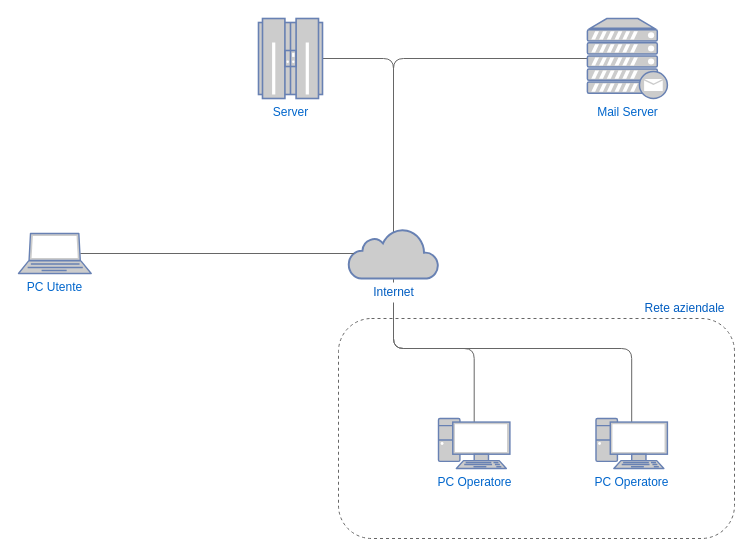
Earlier version of the draw.io diagram page "Architecture" (2 of 2) of docs/use-cases.drawio (shxdow/aep). Source tidied: cells renumbered, new cells numbered last; positions are measured from the earlier drawing's top-left corner, leaving out a move shared by most shapes. Both pictures are drawn from the tidied source at 100%, with x=0, y=0 at pixel (18, 18).
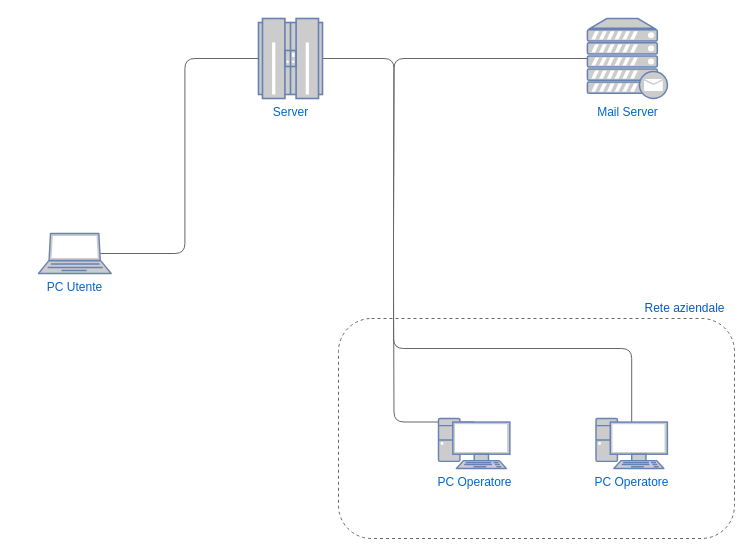
Above is the later version.

The edit, as a diff of the source:
```diff
@@
 <mxGraphModel>
   <root>
     <mxCell id="0" />
     <mxCell id="1" parent="0" />
     <mxCell id="2" style="group;" parent="1" vertex="1">
       <mxGeometry x="320" y="280" width="396" height="240" as="geometry" />
     </mxCell>
     <mxCell id="3" style="rounded=1;whiteSpace=wrap;html=1;strokeColor=#666666;fillColor=none;fontColor=#333333;dashed=1;" parent="2" vertex="1">
       <mxGeometry y="20" width="396" height="220" as="geometry" />
     </mxCell>
     <mxCell id="4" value="Rete aziendale" style="text;html=1;align=center;verticalAlign=middle;fontColor=#005DC1;" parent="2" vertex="1">
       <mxGeometry x="296" width="100" height="20" as="geometry" />
     </mxCell>
-    <mxCell id="5" style="edgeStyle=orthogonalEdgeStyle;rounded=1;jettySize=auto;html=1;exitX=0;exitY=0.5;exitDx=0;exitDy=0;exitPerimeter=0;entryX=0.5;entryY=0.08;entryDx=0;entryDy=0;entryPerimeter=0;endArrow=none;endFill=0;fillColor=#f5f5f5;strokeColor=#666666;" parent="1" edge="1" source="6" target="14">
-      <mxGeometry relative="1" as="geometry" />
+    <mxCell id="5" style="edgeStyle=orthogonalEdgeStyle;rounded=1;jettySize=auto;html=1;exitX=0;exitY=0.5;exitDx=0;exitDy=0;exitPerimeter=0;entryX=0.5;entryY=0.08;entryDx=0;entryDy=0;entryPerimeter=0;endArrow=none;endFill=0;fillColor=#f5f5f5;strokeColor=#666666;" parent="1" edge="1" source="6">
+      <mxGeometry relative="1" as="geometry">
+        <mxPoint x="375" y="214" as="targetPoint" />
+      </mxGeometry>
     </mxCell>
     <mxCell id="6" value="Mail Server" style="fontColor=#0066CC;verticalAlign=top;verticalLabelPosition=bottom;labelPosition=center;align=center;html=1;outlineConnect=0;fillColor=#CCCCCC;strokeColor=#6881B3;gradientColor=none;gradientDirection=north;strokeWidth=2;shape=mxgraph.networks.mail_server;rounded=1;" parent="1" vertex="1">
       <mxGeometry x="568.9" width="80" height="80" as="geometry" />
     </mxCell>
-    <mxCell id="7" style="edgeStyle=orthogonalEdgeStyle;jettySize=auto;html=1;exitX=1;exitY=0.5;exitDx=0;exitDy=0;exitPerimeter=0;entryX=0.5;entryY=0.08;entryDx=0;entryDy=0;entryPerimeter=0;endArrow=none;endFill=0;fillColor=#f5f5f5;strokeColor=#666666;rounded=1;" parent="1" edge="1" source="8" target="14">
-      <mxGeometry relative="1" as="geometry" />
+    <mxCell id="7" style="edgeStyle=orthogonalEdgeStyle;jettySize=auto;html=1;exitX=1;exitY=0.5;exitDx=0;exitDy=0;exitPerimeter=0;entryX=0.5;entryY=0.08;entryDx=0;entryDy=0;entryPerimeter=0;endArrow=none;endFill=0;fillColor=#f5f5f5;strokeColor=#666666;rounded=1;" parent="1" edge="1" source="8">
+      <mxGeometry relative="1" as="geometry">
+        <mxPoint x="375" y="214" as="targetPoint" />
+      </mxGeometry>
     </mxCell>
     <mxCell id="8" value="Server" style="fontColor=#0066CC;verticalAlign=top;verticalLabelPosition=bottom;labelPosition=center;align=center;html=1;outlineConnect=0;fillColor=#CCCCCC;strokeColor=#6881B3;gradientColor=none;gradientDirection=north;strokeWidth=2;shape=mxgraph.networks.mainframe;rounded=1;" parent="1" vertex="1">
       <mxGeometry x="240" width="64" height="80" as="geometry" />
     </mxCell>
-    <mxCell id="9" style="edgeStyle=orthogonalEdgeStyle;rounded=1;jettySize=auto;html=1;exitX=0.5;exitY=0.07;exitDx=0;exitDy=0;exitPerimeter=0;entryX=0.5;entryY=1;entryDx=0;entryDy=0;entryPerimeter=0;endArrow=none;endFill=0;fontColor=#005DC1;fillColor=#f5f5f5;strokeColor=#666666;" parent="1" edge="1" source="10" target="14">
-      <mxGeometry relative="1" as="geometry" />
+    <mxCell id="9" style="edgeStyle=orthogonalEdgeStyle;rounded=1;jettySize=auto;html=1;exitX=0.5;exitY=0.07;exitDx=0;exitDy=0;exitPerimeter=0;entryX=0.5;entryY=1;entryDx=0;entryDy=0;entryPerimeter=0;endArrow=none;endFill=0;fontColor=#005DC1;fillColor=#f5f5f5;strokeColor=#666666;" parent="1" edge="1" source="10">
+      <mxGeometry relative="1" as="geometry">
+        <mxPoint x="375" y="260" as="targetPoint" />
+      </mxGeometry>
     </mxCell>
     <mxCell id="10" value="PC Operatore" style="fontColor=#0066CC;verticalAlign=top;verticalLabelPosition=bottom;labelPosition=center;align=center;html=1;outlineConnect=0;fillColor=#CCCCCC;strokeColor=#6881B3;gradientColor=none;gradientDirection=north;strokeWidth=2;shape=mxgraph.networks.pc;rounded=1;" parent="1" vertex="1">
       <mxGeometry x="420" y="400" width="71.4" height="50" as="geometry" />
     </mxCell>
-    <mxCell id="11" style="edgeStyle=orthogonalEdgeStyle;rounded=1;jettySize=auto;html=1;exitX=0.5;exitY=0.07;exitDx=0;exitDy=0;exitPerimeter=0;entryX=0.5;entryY=1;entryDx=0;entryDy=0;entryPerimeter=0;endArrow=none;endFill=0;fontColor=#005DC1;fillColor=#f5f5f5;strokeColor=#666666;" parent="1" edge="1" source="12" target="14">
+    <mxCell id="11" style="edgeStyle=orthogonalEdgeStyle;rounded=1;jettySize=auto;html=1;exitX=0.5;exitY=0.07;exitDx=0;exitDy=0;exitPerimeter=0;endArrow=none;endFill=0;fontColor=#005DC1;fillColor=#f5f5f5;strokeColor=#666666;" parent="1" edge="1" source="12">
       <mxGeometry relative="1" as="geometry">
+        <mxPoint x="375" y="210" as="targetPoint" />
         <Array as="points">
           <mxPoint x="613" y="330" />
           <mxPoint x="375" y="330" />
         </Array>
       </mxGeometry>
     </mxCell>
     <mxCell id="12" value="PC Operatore" style="fontColor=#0066CC;verticalAlign=top;verticalLabelPosition=bottom;labelPosition=center;align=center;html=1;outlineConnect=0;fillColor=#CCCCCC;strokeColor=#6881B3;gradientColor=none;gradientDirection=north;strokeWidth=2;shape=mxgraph.networks.pc;rounded=1;" parent="1" vertex="1">
       <mxGeometry x="577.5" y="400" width="71.4" height="50" as="geometry" />
     </mxCell>
-    <mxCell id="13" style="group;" parent="1" vertex="1">
-      <mxGeometry x="330" y="210" width="90" height="74" as="geometry" />
-    </mxCell>
-    <mxCell id="14" style="html=1;outlineConnect=0;fillColor=#CCCCCC;strokeColor=#6881B3;gradientColor=none;gradientDirection=north;strokeWidth=2;shape=mxgraph.networks.cloud;fontColor=#ffffff;rounded=1;" parent="13" vertex="1">
-      <mxGeometry width="90" height="50" as="geometry" />
-    </mxCell>
-    <mxCell id="15" value="Internet" style="text;html=1;align=center;verticalAlign=middle;fillColor=#ffffff;fontColor=#005DC1;" parent="13" vertex="1">
-      <mxGeometry x="15" y="54" width="60" height="20" as="geometry" />
-    </mxCell>
-    <mxCell id="16" style="edgeStyle=orthogonalEdgeStyle;rounded=1;jettySize=auto;html=1;exitX=0.85;exitY=0.5;exitDx=0;exitDy=0;exitPerimeter=0;entryX=0.06;entryY=0.5;entryDx=0;entryDy=0;entryPerimeter=0;endArrow=none;endFill=0;fontColor=#005DC1;fillColor=#f5f5f5;strokeColor=#666666;" parent="1" edge="1" source="17" target="14">
+    <mxCell id="16" style="edgeStyle=orthogonalEdgeStyle;rounded=1;jettySize=auto;html=1;exitX=0.85;exitY=0.5;exitDx=0;exitDy=0;exitPerimeter=0;endArrow=none;endFill=0;fontColor=#005DC1;fillColor=#f5f5f5;strokeColor=#666666;entryX=0;entryY=0.5;entryDx=0;entryDy=0;entryPerimeter=0;" parent="1" edge="1" source="17" target="8">
       <mxGeometry relative="1" as="geometry" />
     </mxCell>
     <mxCell id="17" value="PC Utente" style="fontColor=#0066CC;verticalAlign=top;verticalLabelPosition=bottom;labelPosition=center;align=center;html=1;outlineConnect=0;fillColor=#CCCCCC;strokeColor=#6881B3;gradientColor=none;gradientDirection=north;strokeWidth=2;shape=mxgraph.networks.laptop;rounded=1;" parent="1" vertex="1">
-      <mxGeometry y="215" width="72.7" height="40" as="geometry" />
+      <mxGeometry x="20" y="215" width="72.7" height="40" as="geometry" />
     </mxCell>
   </root>
 </mxGraphModel>
```
